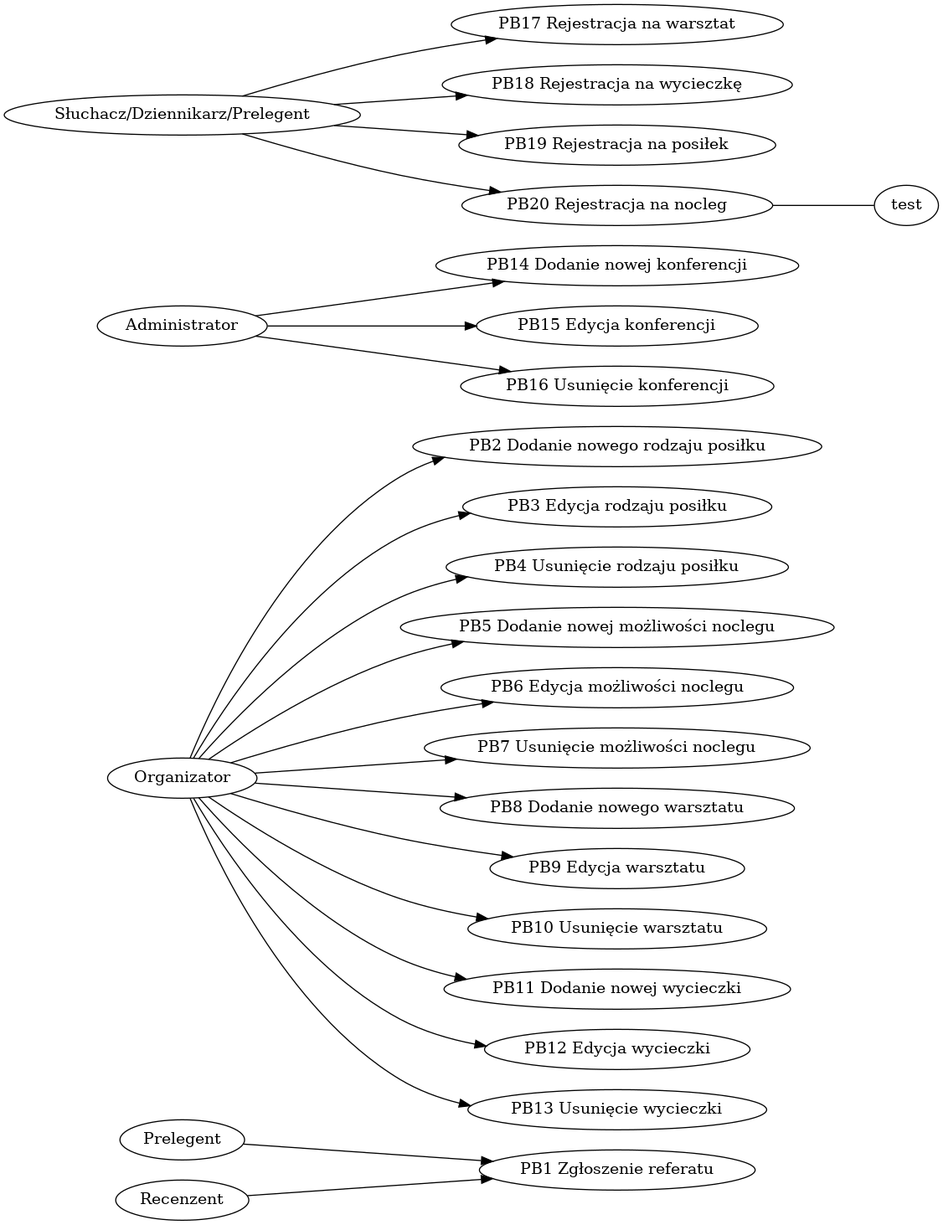
zyla/iop_konferencja keeps this Graphviz diagram as pb.png. Above is the earlier version. Its source is kept beside it as pb.dot.
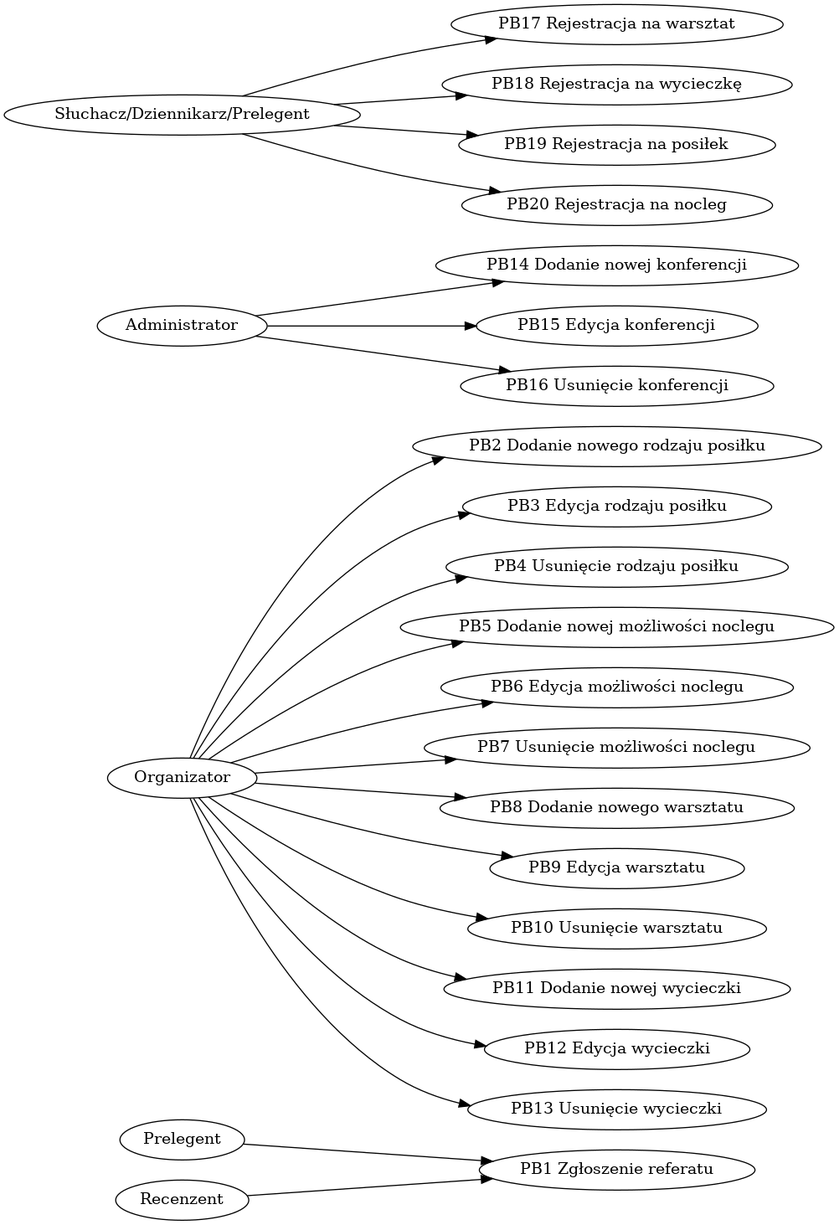
Later version of the same file.

Change to the diagram source:
```diff
@@ -19,5 +19,4 @@
 "Słuchacz/Dziennikarz/Prelegent" -> "PB18 Rejestracja na wycieczkę"
 "Słuchacz/Dziennikarz/Prelegent" -> "PB19 Rejestracja na posiłek"
 "Słuchacz/Dziennikarz/Prelegent" -> "PB20 Rejestracja na nocleg"
-"PB20 Rejestracja na nocleg" -> "test" [dir=none]
  }
```
